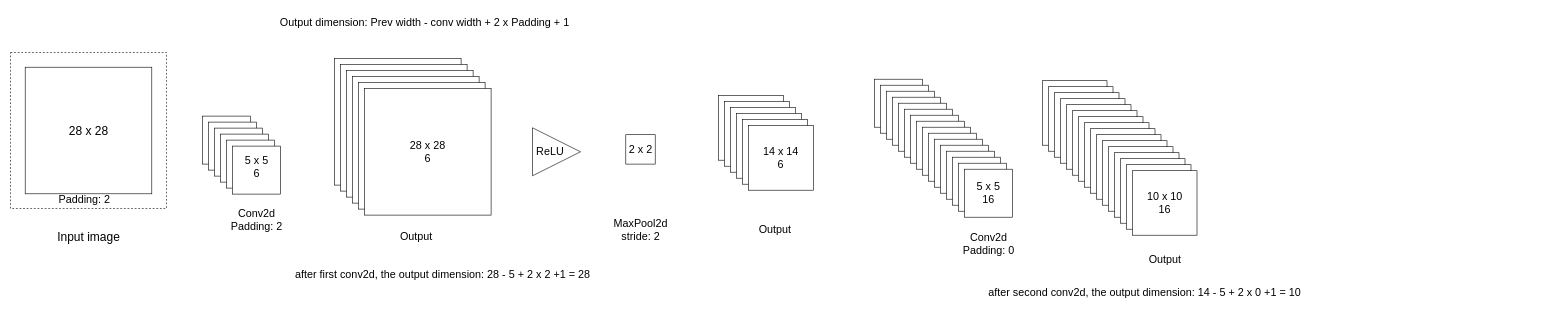
Earlier version of the draw.io diagram codes/opencv_practice/cnn.drawio (sphynxlee/NSCCAI). Source tidied: cells renumbered, new cells numbered last; positions are measured from the earlier drawing's top-left corner, leaving out a move shared by most shapes. Both pictures are drawn from the tidied source at 60%, with x=0, y=0 at pixel (10, 10).
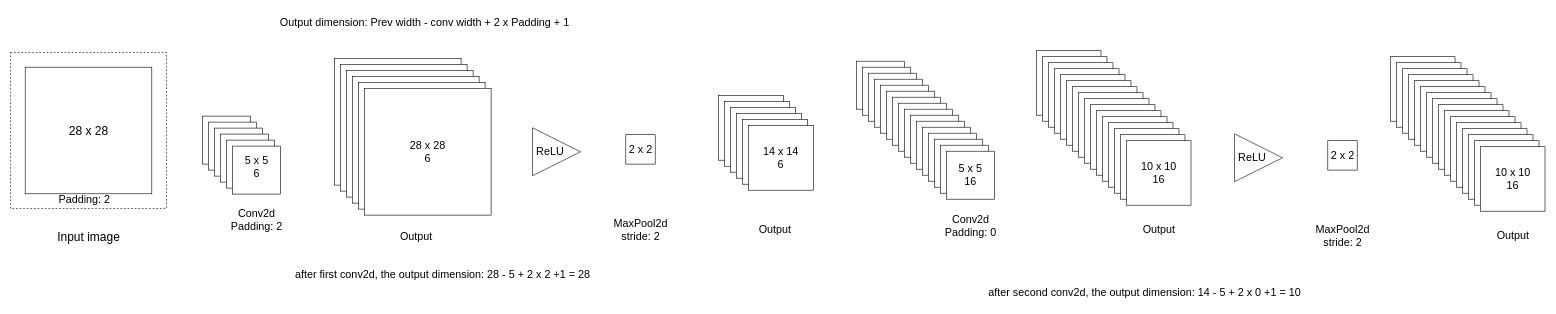
After the change.

Change to the diagram source:
```diff
@@
     <mxCell id="32" style="whiteSpace=wrap;html=1;" parent="1" vertex="1">
-      <mxGeometry x="1440" y="114.5" width="80" height="80" as="geometry" />
+      <mxGeometry x="1410" y="84.5" width="80" height="80" as="geometry" />
     </mxCell>
     <mxCell id="33" style="whiteSpace=wrap;html=1;" parent="1" vertex="1">
-      <mxGeometry x="1450" y="124.5" width="80" height="80" as="geometry" />
+      <mxGeometry x="1420" y="94.5" width="80" height="80" as="geometry" />
     </mxCell>
     <mxCell id="34" style="whiteSpace=wrap;html=1;" parent="1" vertex="1">
-      <mxGeometry x="1460" y="134.5" width="80" height="80" as="geometry" />
+      <mxGeometry x="1430" y="104.5" width="80" height="80" as="geometry" />
     </mxCell>
     <mxCell id="35" style="whiteSpace=wrap;html=1;" parent="1" vertex="1">
-      <mxGeometry x="1470" y="144.5" width="80" height="80" as="geometry" />
+      <mxGeometry x="1440" y="114.5" width="80" height="80" as="geometry" />
     </mxCell>
     <mxCell id="36" style="whiteSpace=wrap;html=1;" parent="1" vertex="1">
-      <mxGeometry x="1480" y="154.5" width="80" height="80" as="geometry" />
+      <mxGeometry x="1450" y="124.5" width="80" height="80" as="geometry" />
     </mxCell>
     <mxCell id="37" style="whiteSpace=wrap;html=1;" parent="1" vertex="1">
-      <mxGeometry x="1490" y="164.5" width="80" height="80" as="geometry" />
+      <mxGeometry x="1460" y="134.5" width="80" height="80" as="geometry" />
     </mxCell>
     <mxCell id="38" style="whiteSpace=wrap;html=1;" parent="1" vertex="1">
-      <mxGeometry x="1500" y="174.5" width="80" height="80" as="geometry" />
+      <mxGeometry x="1470" y="144.5" width="80" height="80" as="geometry" />
     </mxCell>
     <mxCell id="39" style="whiteSpace=wrap;html=1;" parent="1" vertex="1">
-      <mxGeometry x="1510" y="184.5" width="80" height="80" as="geometry" />
+      <mxGeometry x="1480" y="154.5" width="80" height="80" as="geometry" />
     </mxCell>
     <mxCell id="40" style="whiteSpace=wrap;html=1;" parent="1" vertex="1">
-      <mxGeometry x="1520" y="194.5" width="80" height="80" as="geometry" />
+      <mxGeometry x="1490" y="164.5" width="80" height="80" as="geometry" />
     </mxCell>
     <mxCell id="41" style="whiteSpace=wrap;html=1;" parent="1" vertex="1">
-      <mxGeometry x="1530" y="204.5" width="80" height="80" as="geometry" />
+      <mxGeometry x="1500" y="174.5" width="80" height="80" as="geometry" />
     </mxCell>
     <mxCell id="42" style="whiteSpace=wrap;html=1;" parent="1" vertex="1">
-      <mxGeometry x="1540" y="214.5" width="80" height="80" as="geometry" />
+      <mxGeometry x="1510" y="184.5" width="80" height="80" as="geometry" />
     </mxCell>
     <mxCell id="43" style="whiteSpace=wrap;html=1;" parent="1" vertex="1">
-      <mxGeometry x="1550" y="224.5" width="80" height="80" as="geometry" />
+      <mxGeometry x="1520" y="194.5" width="80" height="80" as="geometry" />
     </mxCell>
     <mxCell id="44" style="whiteSpace=wrap;html=1;" parent="1" vertex="1">
-      <mxGeometry x="1560" y="234.5" width="80" height="80" as="geometry" />
+      <mxGeometry x="1530" y="204.5" width="80" height="80" as="geometry" />
     </mxCell>
     <mxCell id="45" style="whiteSpace=wrap;html=1;" parent="1" vertex="1">
-      <mxGeometry x="1570" y="244.5" width="80" height="80" as="geometry" />
+      <mxGeometry x="1540" y="214.5" width="80" height="80" as="geometry" />
     </mxCell>
     <mxCell id="46" style="whiteSpace=wrap;html=1;" parent="1" vertex="1">
-      <mxGeometry x="1580" y="254.5" width="80" height="80" as="geometry" />
+      <mxGeometry x="1550" y="224.5" width="80" height="80" as="geometry" />
     </mxCell>
     <mxCell id="47" value="&lt;font style=&quot;font-size: 18px;&quot;&gt;5 x 5&lt;br&gt;16&lt;/font&gt;" style="whiteSpace=wrap;html=1;" parent="1" vertex="1">
-      <mxGeometry x="1590" y="264.5" width="80" height="80" as="geometry" />
+      <mxGeometry x="1560" y="234.5" width="80" height="80" as="geometry" />
     </mxCell>
     <mxCell id="48" value="&lt;font style=&quot;font-size: 18px;&quot;&gt;Conv2d&lt;br&gt;Padding: 0&lt;br&gt;&lt;/font&gt;" style="text;html=1;align=center;verticalAlign=middle;strokeColor=none;fillColor=none;fontSize=18;" parent="1" vertex="1">
-      <mxGeometry x="1575" y="360" width="110" height="60" as="geometry" />
+      <mxGeometry x="1545" y="330" width="110" height="60" as="geometry" />
     </mxCell>
     <mxCell id="49" style="whiteSpace=wrap;html=1;" parent="1" vertex="1">
-      <mxGeometry x="1720" y="117" width="107.5" height="107.5" as="geometry" />
+      <mxGeometry x="1710" y="67" width="107.5" height="107.5" as="geometry" />
     </mxCell>
     <mxCell id="50" style="whiteSpace=wrap;html=1;" parent="1" vertex="1">
-      <mxGeometry x="1730" y="127" width="107.5" height="107.5" as="geometry" />
+      <mxGeometry x="1720" y="77" width="107.5" height="107.5" as="geometry" />
     </mxCell>
     <mxCell id="51" style="whiteSpace=wrap;html=1;" parent="1" vertex="1">
-      <mxGeometry x="1740" y="137" width="107.5" height="107.5" as="geometry" />
+      <mxGeometry x="1730" y="87" width="107.5" height="107.5" as="geometry" />
     </mxCell>
     <mxCell id="52" style="whiteSpace=wrap;html=1;" parent="1" vertex="1">
-      <mxGeometry x="1750" y="147" width="107.5" height="107.5" as="geometry" />
+      <mxGeometry x="1740" y="97" width="107.5" height="107.5" as="geometry" />
     </mxCell>
     <mxCell id="53" style="whiteSpace=wrap;html=1;" parent="1" vertex="1">
-      <mxGeometry x="1760" y="157" width="107.5" height="107.5" as="geometry" />
+      <mxGeometry x="1750" y="107" width="107.5" height="107.5" as="geometry" />
     </mxCell>
     <mxCell id="54" style="whiteSpace=wrap;html=1;" parent="1" vertex="1">
-      <mxGeometry x="1770" y="167" width="107.5" height="107.5" as="geometry" />
+      <mxGeometry x="1760" y="117" width="107.5" height="107.5" as="geometry" />
     </mxCell>
     <mxCell id="55" style="whiteSpace=wrap;html=1;" parent="1" vertex="1">
-      <mxGeometry x="1780" y="177" width="107.5" height="107.5" as="geometry" />
+      <mxGeometry x="1770" y="127" width="107.5" height="107.5" as="geometry" />
     </mxCell>
     <mxCell id="56" style="whiteSpace=wrap;html=1;" parent="1" vertex="1">
-      <mxGeometry x="1790" y="187" width="107.5" height="107.5" as="geometry" />
+      <mxGeometry x="1780" y="137" width="107.5" height="107.5" as="geometry" />
     </mxCell>
     <mxCell id="57" style="whiteSpace=wrap;html=1;" parent="1" vertex="1">
-      <mxGeometry x="1800" y="197" width="107.5" height="107.5" as="geometry" />
+      <mxGeometry x="1790" y="147" width="107.5" height="107.5" as="geometry" />
     </mxCell>
     <mxCell id="58" style="whiteSpace=wrap;html=1;" parent="1" vertex="1">
-      <mxGeometry x="1810" y="207" width="107.5" height="107.5" as="geometry" />
+      <mxGeometry x="1800" y="157" width="107.5" height="107.5" as="geometry" />
     </mxCell>
     <mxCell id="59" style="whiteSpace=wrap;html=1;" parent="1" vertex="1">
-      <mxGeometry x="1820" y="217" width="107.5" height="107.5" as="geometry" />
+      <mxGeometry x="1810" y="167" width="107.5" height="107.5" as="geometry" />
     </mxCell>
     <mxCell id="60" style="whiteSpace=wrap;html=1;" parent="1" vertex="1">
-      <mxGeometry x="1830" y="227" width="107.5" height="107.5" as="geometry" />
+      <mxGeometry x="1820" y="177" width="107.5" height="107.5" as="geometry" />
     </mxCell>
     <mxCell id="61" style="whiteSpace=wrap;html=1;" parent="1" vertex="1">
-      <mxGeometry x="1840" y="237" width="107.5" height="107.5" as="geometry" />
+      <mxGeometry x="1830" y="187" width="107.5" height="107.5" as="geometry" />
     </mxCell>
     <mxCell id="62" style="whiteSpace=wrap;html=1;" parent="1" vertex="1">
-      <mxGeometry x="1850" y="247" width="107.5" height="107.5" as="geometry" />
+      <mxGeometry x="1840" y="197" width="107.5" height="107.5" as="geometry" />
     </mxCell>
     <mxCell id="63" style="whiteSpace=wrap;html=1;" parent="1" vertex="1">
-      <mxGeometry x="1860" y="257" width="107.5" height="107.5" as="geometry" />
+      <mxGeometry x="1850" y="207" width="107.5" height="107.5" as="geometry" />
     </mxCell>
     <mxCell id="64" value="&lt;font style=&quot;font-size: 18px;&quot;&gt;10 x 10&lt;br&gt;16&lt;/font&gt;" style="whiteSpace=wrap;html=1;" parent="1" vertex="1">
-      <mxGeometry x="1870" y="267" width="107.5" height="107.5" as="geometry" />
+      <mxGeometry x="1860" y="217" width="107.5" height="107.5" as="geometry" />
     </mxCell>
     <mxCell id="65" value="&lt;font style=&quot;font-size: 18px;&quot;&gt;Output&lt;/font&gt;" style="text;html=1;align=center;verticalAlign=middle;strokeColor=none;fillColor=none;" parent="1" vertex="1">
-      <mxGeometry x="1883.8" y="396" width="80" height="40" as="geometry" />
+      <mxGeometry x="1873.8" y="346" width="80" height="40" as="geometry" />
     </mxCell>
@@
+    <mxCell id="69" style="triangle;whiteSpace=wrap;html=1;" parent="1" vertex="1">
+      <mxGeometry x="2040" y="205.5" width="80" height="80" as="geometry" />
+    </mxCell>
+    <mxCell id="70" value="&lt;font style=&quot;font-size: 18px;&quot;&gt;ReLU&lt;/font&gt;" style="text;html=1;align=center;verticalAlign=middle;strokeColor=none;fillColor=none;" parent="1" vertex="1">
+      <mxGeometry x="2034" y="226" width="70" height="40" as="geometry" />
+    </mxCell>
+    <mxCell id="71" value="&lt;font style=&quot;font-size: 18px;&quot;&gt;2 x 2&lt;/font&gt;" style="whiteSpace=wrap;html=1;" parent="1" vertex="1">
+      <mxGeometry x="2195.5" y="217" width="49" height="49" as="geometry" />
+    </mxCell>
+    <mxCell id="72" value="&lt;font style=&quot;font-size: 18px;&quot;&gt;MaxPool2d&lt;br&gt;stride: 2&lt;br&gt;&lt;/font&gt;" style="text;html=1;align=center;verticalAlign=middle;strokeColor=none;fillColor=none;" parent="1" vertex="1">
+      <mxGeometry x="2165" y="346" width="110" height="60" as="geometry" />
+    </mxCell>
+    <mxCell id="73" style="whiteSpace=wrap;html=1;" parent="1" vertex="1">
+      <mxGeometry x="2300" y="77" width="107.5" height="107.5" as="geometry" />
+    </mxCell>
+    <mxCell id="74" style="whiteSpace=wrap;html=1;" parent="1" vertex="1">
+      <mxGeometry x="2310" y="87" width="107.5" height="107.5" as="geometry" />
+    </mxCell>
+    <mxCell id="75" style="whiteSpace=wrap;html=1;" parent="1" vertex="1">
+      <mxGeometry x="2320" y="97" width="107.5" height="107.5" as="geometry" />
+    </mxCell>
+    <mxCell id="76" style="whiteSpace=wrap;html=1;" parent="1" vertex="1">
+      <mxGeometry x="2330" y="107" width="107.5" height="107.5" as="geometry" />
+    </mxCell>
+    <mxCell id="77" style="whiteSpace=wrap;html=1;" parent="1" vertex="1">
+      <mxGeometry x="2340" y="117" width="107.5" height="107.5" as="geometry" />
+    </mxCell>
+    <mxCell id="78" style="whiteSpace=wrap;html=1;" parent="1" vertex="1">
+      <mxGeometry x="2350" y="127" width="107.5" height="107.5" as="geometry" />
+    </mxCell>
+    <mxCell id="79" style="whiteSpace=wrap;html=1;" parent="1" vertex="1">
+      <mxGeometry x="2360" y="137" width="107.5" height="107.5" as="geometry" />
+    </mxCell>
+    <mxCell id="80" style="whiteSpace=wrap;html=1;" parent="1" vertex="1">
+      <mxGeometry x="2370" y="147" width="107.5" height="107.5" as="geometry" />
+    </mxCell>
+    <mxCell id="81" style="whiteSpace=wrap;html=1;" parent="1" vertex="1">
+      <mxGeometry x="2380" y="157" width="107.5" height="107.5" as="geometry" />
+    </mxCell>
+    <mxCell id="82" style="whiteSpace=wrap;html=1;" parent="1" vertex="1">
+      <mxGeometry x="2390" y="167" width="107.5" height="107.5" as="geometry" />
+    </mxCell>
+    <mxCell id="83" style="whiteSpace=wrap;html=1;" parent="1" vertex="1">
+      <mxGeometry x="2400" y="177" width="107.5" height="107.5" as="geometry" />
+    </mxCell>
+    <mxCell id="84" style="whiteSpace=wrap;html=1;" parent="1" vertex="1">
+      <mxGeometry x="2410" y="187" width="107.5" height="107.5" as="geometry" />
+    </mxCell>
+    <mxCell id="85" style="whiteSpace=wrap;html=1;" parent="1" vertex="1">
+      <mxGeometry x="2420" y="197" width="107.5" height="107.5" as="geometry" />
+    </mxCell>
+    <mxCell id="86" style="whiteSpace=wrap;html=1;" parent="1" vertex="1">
+      <mxGeometry x="2430" y="207" width="107.5" height="107.5" as="geometry" />
+    </mxCell>
+    <mxCell id="87" style="whiteSpace=wrap;html=1;" parent="1" vertex="1">
+      <mxGeometry x="2440" y="217" width="107.5" height="107.5" as="geometry" />
+    </mxCell>
+    <mxCell id="88" value="&lt;font style=&quot;font-size: 18px;&quot;&gt;10 x 10&lt;br&gt;16&lt;/font&gt;" style="whiteSpace=wrap;html=1;" parent="1" vertex="1">
+      <mxGeometry x="2450" y="227" width="107.5" height="107.5" as="geometry" />
+    </mxCell>
+    <mxCell id="89" value="&lt;font style=&quot;font-size: 18px;&quot;&gt;Output&lt;/font&gt;" style="text;html=1;align=center;verticalAlign=middle;strokeColor=none;fillColor=none;" parent="1" vertex="1">
+      <mxGeometry x="2463.8" y="356" width="80" height="40" as="geometry" />
+    </mxCell>
```
